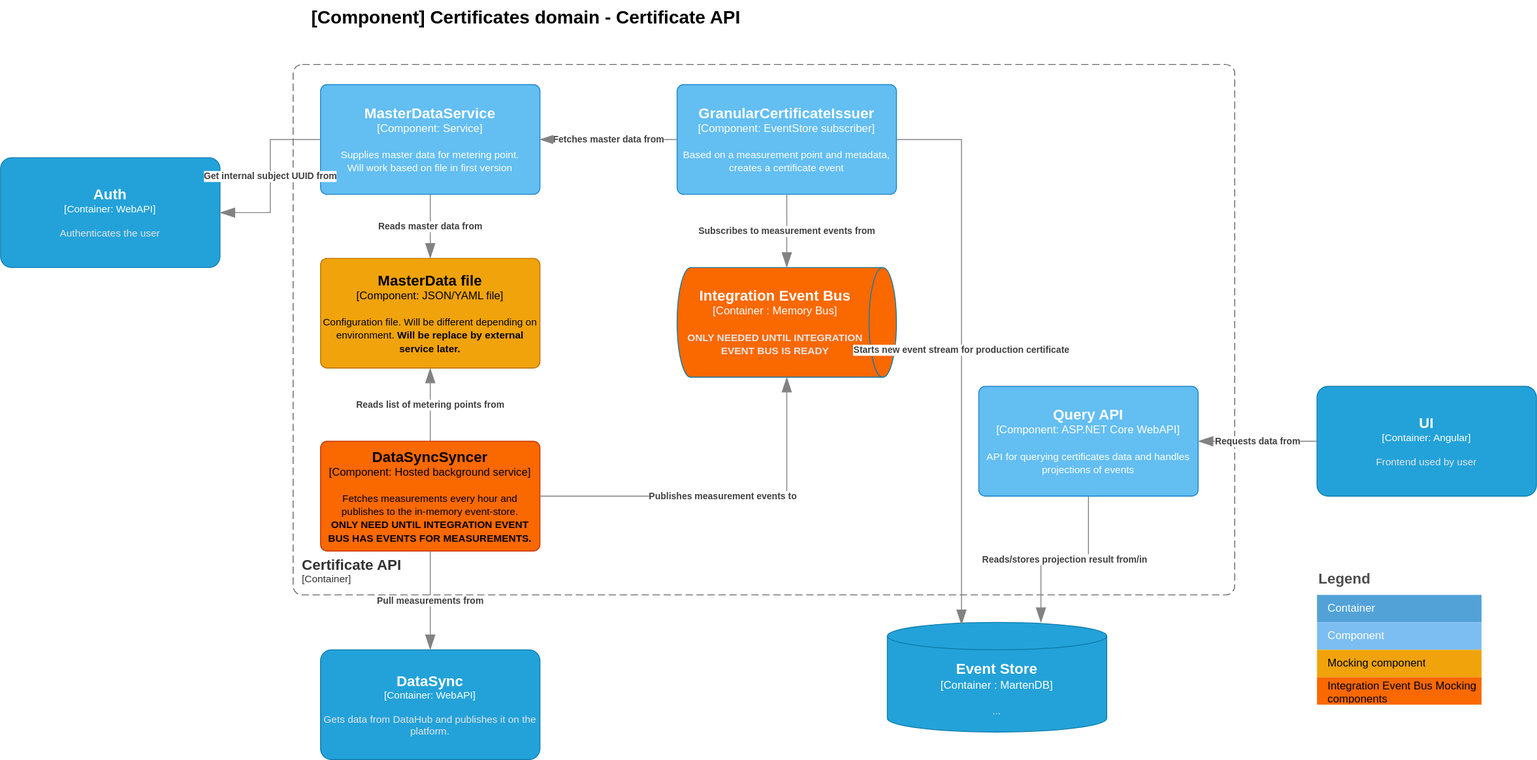
Above: doc/architecture/diagrams/certificates.current.component.certificate.api.drawio.svg in Energinet-DataHub/energy-origin (draw.io), before the change. Source tidied: cells renumbered, new cells last; positions are measured from the earlier drawing's top-left corner, leaving out a move shared by most shapes.
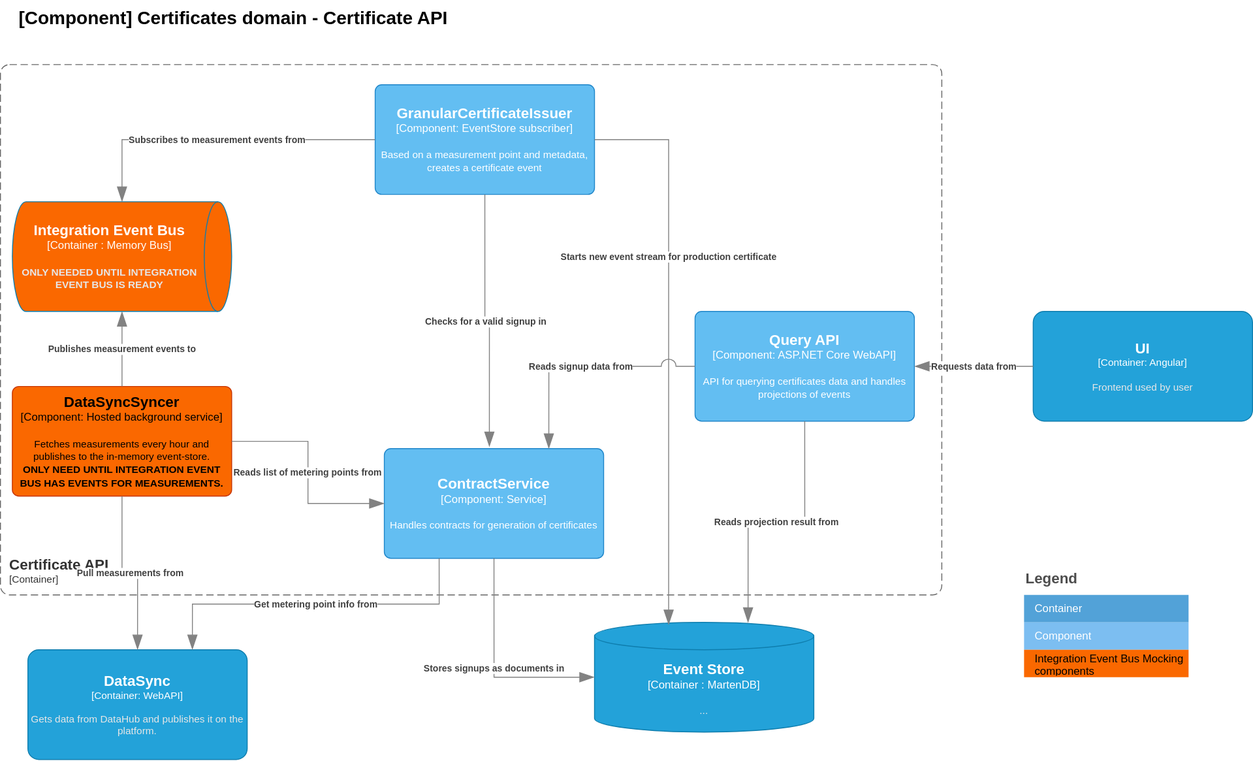
The same file after the commit.

Change to the diagram source:
```diff
@@ -11,3 +11,3 @@
       <mxCell style="rounded=1;whiteSpace=wrap;html=1;labelBackgroundColor=none;fillColor=#fa6800;align=center;arcSize=6;strokeColor=#C73500;points=[[0.25,0,0],[0.5,0,0],[0.75,0,0],[1,0.25,0],[1,0.5,0],[1,0.75,0],[0.75,1,0],[0.5,1,0],[0.25,1,0],[0,0.75,0],[0,0.5,0],[0,0.25,0]];fontColor=#000000;" parent="1" vertex="1">
-        <mxGeometry x="350" y="482" width="240" height="120" as="geometry" />
+        <mxGeometry x="333" y="422" width="240" height="120" as="geometry" />
       </mxCell>
@@ -16,3 +16,3 @@
       <mxCell style="rounded=1;whiteSpace=wrap;html=1;labelBackgroundColor=none;fillColor=#63BEF2;fontColor=#ffffff;align=center;arcSize=6;strokeColor=#2086C9;points=[[0.25,0,0],[0.5,0,0],[0.75,0,0],[1,0.25,0],[1,0.5,0],[1,0.75,0],[0.75,1,0],[0.5,1,0],[0.25,1,0],[0,0.75,0],[0,0.5,0],[0,0.25,0]];" parent="1" vertex="1">
-        <mxGeometry x="740" y="92" width="240" height="120" as="geometry" />
+        <mxGeometry x="730" y="92" width="240" height="120" as="geometry" />
       </mxCell>
@@ -24,19 +24,9 @@
     </object>
-    <mxCell id="6" style="edgeStyle=none;html=1;" parent="1" edge="1" source="7">
-      <mxGeometry relative="1" as="geometry">
-        <mxPoint x="350" y="152" as="targetPoint" />
-      </mxGeometry>
-    </mxCell>
-    <object id="7" label="&lt;font style=&quot;font-size: 16px&quot;&gt;&lt;b&gt;%c4Name%&lt;/b&gt;&lt;/font&gt;&lt;div&gt;[%c4Type%: %c4Technology%]&lt;/div&gt;&lt;br&gt;&lt;div&gt;&lt;font style=&quot;font-size: 11px&quot;&gt;%c4Description%&lt;/font&gt;&lt;/div&gt;" c4Description="Supplies master data for metering point.&#10;Will work based on file in first version" c4Name="MasterDataService" c4Technology="Service" c4Type="Component" placeholders="1">
+    <object id="7" label="&lt;font style=&quot;font-size: 16px&quot;&gt;&lt;b&gt;%c4Name%&lt;/b&gt;&lt;/font&gt;&lt;div&gt;[%c4Type%: %c4Technology%]&lt;/div&gt;&lt;br&gt;&lt;div&gt;&lt;font style=&quot;font-size: 11px&quot;&gt;%c4Description%&lt;/font&gt;&lt;/div&gt;" c4Description="Handles contracts for generation of certificates" c4Name="ContractService" c4Technology="Service" c4Type="Component" placeholders="1">
       <mxCell style="rounded=1;whiteSpace=wrap;html=1;labelBackgroundColor=none;fillColor=#63BEF2;align=center;arcSize=6;strokeColor=#2086C9;points=[[0.25,0,0],[0.5,0,0],[0.75,0,0],[1,0.25,0],[1,0.5,0],[1,0.75,0],[0.75,1,0],[0.5,1,0],[0.25,1,0],[0,0.75,0],[0,0.5,0],[0,0.25,0]];fontColor=#ffffff;" parent="1" vertex="1">
-        <mxGeometry x="350" y="92" width="240" height="120" as="geometry" />
+        <mxGeometry x="740" y="490" width="240" height="120" as="geometry" />
       </mxCell>
     </object>
-    <object id="8" label="&lt;font style=&quot;font-size: 16px&quot;&gt;&lt;b&gt;%c4Name%&lt;/b&gt;&lt;/font&gt;&lt;div&gt;[%c4Type%: %c4Technology%]&lt;/div&gt;&lt;br&gt;&lt;div&gt;&lt;font style=&quot;font-size: 11px&quot;&gt;%c4Description%&lt;/font&gt;&lt;/div&gt;" c4Description="Configuration file. Will be different depending on environment. &lt;b&gt;Will be replace by external service later.&lt;/b&gt;" c4Name="MasterData file" c4Technology="JSON/YAML file" c4Type="Component" placeholders="1">
-      <mxCell style="rounded=1;whiteSpace=wrap;html=1;labelBackgroundColor=none;fillColor=#f0a30a;align=center;arcSize=6;strokeColor=#BD7000;points=[[0.25,0,0],[0.5,0,0],[0.75,0,0],[1,0.25,0],[1,0.5,0],[1,0.75,0],[0.75,1,0],[0.5,1,0],[0.25,1,0],[0,0.75,0],[0,0.5,0],[0,0.25,0]];fontColor=#000000;" parent="1" vertex="1">
-        <mxGeometry x="350" y="282" width="240" height="120" as="geometry" />
-      </mxCell>
-    </object>
     <object id="9" label="&lt;div style=&quot;text-align: left&quot;&gt;&lt;div style=&quot;text-align: center&quot;&gt;&lt;b&gt;%c4Description%&lt;/b&gt;&lt;/div&gt;" c4Description="Reads list of metering points from" c4Type="Relationship" placeholders="1">
-      <mxCell style="endArrow=blockThin;html=1;fontSize=10;fontColor=#404040;strokeWidth=1;endFill=1;strokeColor=#828282;elbow=vertical;endSize=14;startSize=14;jumpStyle=arc;jumpSize=16;rounded=0;edgeStyle=orthogonalEdgeStyle;exitX=0.5;exitY=0;exitDx=0;exitDy=0;exitPerimeter=0;entryX=0.5;entryY=1;entryDx=0;entryDy=0;entryPerimeter=0;" parent="1" edge="1" source="3" target="8">
+      <mxCell style="endArrow=blockThin;html=1;fontSize=10;fontColor=#404040;strokeWidth=1;endFill=1;strokeColor=#828282;elbow=vertical;endSize=14;startSize=14;jumpStyle=arc;jumpSize=16;rounded=0;edgeStyle=orthogonalEdgeStyle;exitX=1;exitY=0.5;exitDx=0;exitDy=0;exitPerimeter=0;entryX=0;entryY=0.5;entryDx=0;entryDy=0;entryPerimeter=0;" parent="1" edge="1" source="3" target="7">
         <mxGeometry relative="1" as="geometry" />
@@ -44,12 +34,8 @@
     </object>
-    <object id="10" label="&lt;div style=&quot;text-align: left&quot;&gt;&lt;div style=&quot;text-align: center&quot;&gt;&lt;b&gt;%c4Description%&lt;/b&gt;&lt;/div&gt;" c4Description="Reads master data from" c4Type="Relationship" placeholders="1">
-      <mxCell style="endArrow=blockThin;html=1;fontSize=10;fontColor=#404040;strokeWidth=1;endFill=1;strokeColor=#828282;elbow=vertical;endSize=14;startSize=14;jumpStyle=arc;jumpSize=16;rounded=0;edgeStyle=orthogonalEdgeStyle;exitX=0.5;exitY=1;exitDx=0;exitDy=0;exitPerimeter=0;entryX=0.5;entryY=0;entryDx=0;entryDy=0;entryPerimeter=0;" parent="1" edge="1" source="7" target="8">
-        <mxGeometry relative="1" as="geometry" />
-      </mxCell>
-    </object>
     <object id="11" label="&lt;div style=&quot;text-align: left&quot;&gt;&lt;div style=&quot;text-align: center&quot;&gt;&lt;b&gt;%c4Description%&lt;/b&gt;&lt;/div&gt;" c4Description="Publishes measurement events to" c4Type="Relationship" placeholders="1">
-      <mxCell style="endArrow=blockThin;html=1;fontSize=10;fontColor=#404040;strokeWidth=1;endFill=1;strokeColor=#828282;elbow=vertical;endSize=14;startSize=14;jumpStyle=arc;jumpSize=16;rounded=0;edgeStyle=orthogonalEdgeStyle;exitX=1;exitY=0.5;exitDx=0;exitDy=0;exitPerimeter=0;entryX=1;entryY=0.5;entryDx=0;entryDy=0;entryPerimeter=0;" parent="1" edge="1" source="3" target="27">
+      <mxCell style="endArrow=blockThin;html=1;fontSize=10;fontColor=#404040;strokeWidth=1;endFill=1;strokeColor=#828282;elbow=vertical;endSize=14;startSize=14;jumpStyle=arc;jumpSize=16;rounded=0;edgeStyle=orthogonalEdgeStyle;exitX=0.5;exitY=0;exitDx=0;exitDy=0;exitPerimeter=0;" parent="1" edge="1" source="3" target="27">
         <mxGeometry relative="1" as="geometry">
           <Array as="points">
-            <mxPoint x="860" y="542" />
+            <mxPoint x="470" y="260" />
+            <mxPoint x="481" y="260" />
           </Array>
@@ -58,4 +44,4 @@
     </object>
-    <object id="12" label="&lt;div style=&quot;text-align: left&quot;&gt;&lt;div style=&quot;text-align: center&quot;&gt;&lt;b&gt;%c4Description%&lt;/b&gt;&lt;/div&gt;" c4Description="Fetches master data from" c4Type="Relationship" placeholders="1">
-      <mxCell style="endArrow=blockThin;html=1;fontSize=10;fontColor=#404040;strokeWidth=1;endFill=1;strokeColor=#828282;elbow=vertical;endSize=14;startSize=14;jumpStyle=arc;jumpSize=16;rounded=0;edgeStyle=orthogonalEdgeStyle;exitX=0;exitY=0.5;exitDx=0;exitDy=0;exitPerimeter=0;entryX=1;entryY=0.5;entryDx=0;entryDy=0;entryPerimeter=0;" parent="1" edge="1" source="4" target="7">
+    <object id="12" label="&lt;div style=&quot;text-align: left&quot;&gt;&lt;div style=&quot;text-align: center&quot;&gt;&lt;b&gt;%c4Description%&lt;/b&gt;&lt;/div&gt;" c4Description="Checks for a valid signup in" c4Type="Relationship" placeholders="1">
+      <mxCell style="endArrow=blockThin;html=1;fontSize=10;fontColor=#404040;strokeWidth=1;endFill=1;strokeColor=#828282;elbow=vertical;endSize=14;startSize=14;jumpStyle=arc;jumpSize=16;rounded=0;edgeStyle=orthogonalEdgeStyle;exitX=0.5;exitY=1;exitDx=0;exitDy=0;exitPerimeter=0;entryX=0.479;entryY=-0.017;entryDx=0;entryDy=0;entryPerimeter=0;" parent="1" edge="1" source="4" target="7">
         <mxGeometry relative="1" as="geometry" />
@@ -64,3 +50,3 @@
     <object id="13" label="&lt;div style=&quot;text-align: left&quot;&gt;&lt;div style=&quot;text-align: center&quot;&gt;&lt;b&gt;%c4Description%&lt;/b&gt;&lt;/div&gt;" c4Description="Subscribes to measurement events from" c4Type="Relationship" placeholders="1">
-      <mxCell style="endArrow=blockThin;html=1;fontSize=10;fontColor=#404040;strokeWidth=1;endFill=1;strokeColor=#828282;elbow=vertical;endSize=14;startSize=14;jumpStyle=arc;jumpSize=16;rounded=0;edgeStyle=orthogonalEdgeStyle;exitX=0.5;exitY=1;exitDx=0;exitDy=0;exitPerimeter=0;entryX=0;entryY=0.5;entryDx=0;entryDy=0;entryPerimeter=0;" parent="1" edge="1" source="4" target="27">
+      <mxCell style="endArrow=blockThin;html=1;fontSize=10;fontColor=#404040;strokeWidth=1;endFill=1;strokeColor=#828282;elbow=vertical;endSize=14;startSize=14;jumpStyle=arc;jumpSize=16;rounded=0;edgeStyle=orthogonalEdgeStyle;exitX=0;exitY=0.5;exitDx=0;exitDy=0;exitPerimeter=0;" parent="1" edge="1" source="4" target="27">
         <mxGeometry relative="1" as="geometry" />
@@ -87,3 +73,3 @@
     <mxCell id="18" style="shape=table;html=1;whiteSpace=wrap;startSize=0;fillColor=none;align=left;spacingLeft=10;strokeColor=none;rounded=1;arcSize=11;fontColor=#FFFFFF;" parent="1" vertex="1">
-      <mxGeometry x="1440" y="650" width="180" height="120" as="geometry" />
+      <mxGeometry x="1440" y="650" width="180" height="90" as="geometry" />
     </mxCell>
@@ -95,7 +81,4 @@
     </mxCell>
-    <mxCell id="21" value="&lt;span style=&quot;color: rgb(0 , 0 , 0)&quot;&gt;Mocking component&amp;nbsp;&lt;/span&gt;" style="shape=partialRectangle;html=1;whiteSpace=wrap;fillColor=#f0a30a;top=0;left=0;bottom=0;right=0;overflow=hidden;align=left;spacingLeft=10;fontColor=#000000;strokeColor=#BD7000;" parent="18" vertex="1">
-      <mxGeometry y="60" width="180" height="30" as="geometry" />
-    </mxCell>
     <mxCell id="22" value="&lt;span style=&quot;color: rgb(0 , 0 , 0)&quot;&gt;Integration Event Bus Mocking components&lt;/span&gt;" style="shape=partialRectangle;html=1;whiteSpace=wrap;fillColor=#fa6800;top=0;left=0;bottom=0;right=0;overflow=hidden;align=left;spacingLeft=10;fontColor=#000000;strokeColor=#C73500;" parent="18" vertex="1">
-      <mxGeometry y="90" width="180" height="30" as="geometry" />
+      <mxGeometry y="60" width="180" height="30" as="geometry" />
     </mxCell>
@@ -103,6 +86,6 @@
       <mxCell style="rounded=1;whiteSpace=wrap;html=1;labelBackgroundColor=none;fillColor=#63BEF2;fontColor=#ffffff;align=center;arcSize=6;strokeColor=#2086C9;points=[[0.25,0,0],[0.5,0,0],[0.75,0,0],[1,0.25,0],[1,0.5,0],[1,0.75,0],[0.75,1,0],[0.5,1,0],[0.25,1,0],[0,0.75,0],[0,0.5,0],[0,0.25,0]];" parent="1" vertex="1">
-        <mxGeometry x="1070" y="422" width="240" height="120" as="geometry" />
+        <mxGeometry x="1080" y="340" width="240" height="120" as="geometry" />
       </mxCell>
     </object>
-    <object id="24" label="&lt;div style=&quot;text-align: left&quot;&gt;&lt;div style=&quot;text-align: center&quot;&gt;&lt;b&gt;%c4Description%&lt;/b&gt;&lt;/div&gt;" c4Description="Reads/stores projection result from/in" c4Type="Relationship" placeholders="1">
+    <object id="24" label="&lt;div style=&quot;text-align: left&quot;&gt;&lt;div style=&quot;text-align: center&quot;&gt;&lt;b&gt;%c4Description%&lt;/b&gt;&lt;/div&gt;" c4Description="Reads projection result from" c4Type="Relationship" placeholders="1">
       <mxCell style="endArrow=blockThin;html=1;fontSize=10;fontColor=#404040;strokeWidth=1;endFill=1;strokeColor=#828282;elbow=vertical;endSize=14;startSize=14;jumpStyle=arc;jumpSize=16;rounded=0;edgeStyle=orthogonalEdgeStyle;exitX=0.5;exitY=1;exitDx=0;exitDy=0;exitPerimeter=0;entryX=0.7;entryY=0.002;entryDx=0;entryDy=0;entryPerimeter=0;" parent="1" edge="1" source="23" target="5">
@@ -113,3 +96,3 @@
       <mxCell style="rounded=1;whiteSpace=wrap;html=1;fontSize=11;labelBackgroundColor=none;fillColor=#23A2D9;fontColor=#ffffff;align=center;arcSize=10;strokeColor=#0E7DAD;points=[[0.25,0,0],[0.5,0,0],[0.75,0,0],[1,0.25,0],[1,0.5,0],[1,0.75,0],[0.75,1,0],[0.5,1,0],[0.25,1,0],[0,0.75,0],[0,0.5,0],[0,0.25,0]];" parent="1" vertex="1">
-        <mxGeometry x="1440" y="422" width="240" height="120" as="geometry" />
+        <mxGeometry x="1450" y="340" width="240" height="120" as="geometry" />
       </mxCell>
@@ -123,3 +106,3 @@
       <mxCell style="shape=cylinder3;size=15;direction=south;whiteSpace=wrap;html=1;boundedLbl=1;rounded=0;labelBackgroundColor=none;fillColor=#FA6800;fontSize=12;fontColor=#ffffff;align=center;strokeColor=#0E7DAD;points=[[0.5,0,0],[1,0.25,0],[1,0.5,0],[1,0.75,0],[0.5,1,0],[0,0.75,0],[0,0.5,0],[0,0.25,0]];" parent="1" vertex="1">
-        <mxGeometry x="740" y="292" width="240" height="120" as="geometry" />
+        <mxGeometry x="333" y="220" width="240" height="120" as="geometry" />
       </mxCell>
@@ -128,15 +111,20 @@
       <mxCell style="endArrow=blockThin;html=1;fontSize=10;fontColor=#404040;strokeWidth=1;endFill=1;strokeColor=#828282;elbow=vertical;endSize=14;startSize=14;jumpStyle=arc;jumpSize=16;rounded=0;edgeStyle=orthogonalEdgeStyle;exitX=1;exitY=0.5;exitDx=0;exitDy=0;exitPerimeter=0;entryX=0.338;entryY=0.022;entryDx=0;entryDy=0;entryPerimeter=0;" parent="1" edge="1" source="4" target="5">
-        <mxGeometry relative="1" as="geometry" />
+        <mxGeometry x="-0.32" relative="1" as="geometry" />
       </mxCell>
     </object>
-    <object id="29" label="&lt;font style=&quot;font-size: 16px&quot;&gt;&lt;b&gt;%c4Name%&lt;/b&gt;&lt;/font&gt;&lt;div&gt;[%c4Type%: %c4Technology%]&lt;/div&gt;&lt;br&gt;&lt;div&gt;&lt;font style=&quot;font-size: 11px&quot;&gt;&lt;font color=&quot;#E6E6E6&quot;&gt;%c4Description%&lt;/font&gt;&lt;/div&gt;" c4Description="Authenticates the user" c4Name="Auth" c4Technology="WebAPI" c4Type="Container" placeholders="1">
-      <mxCell style="rounded=1;whiteSpace=wrap;html=1;fontSize=11;labelBackgroundColor=none;fillColor=#23A2D9;fontColor=#ffffff;align=center;arcSize=10;strokeColor=#0E7DAD;points=[[0.25,0,0],[0.5,0,0],[0.75,0,0],[1,0.25,0],[1,0.5,0],[1,0.75,0],[0.75,1,0],[0.5,1,0],[0.25,1,0],[0,0.75,0],[0,0.5,0],[0,0.25,0]];" parent="1" vertex="1">
-        <mxGeometry y="172" width="240" height="120" as="geometry" />
-      </mxCell>
-    </object>
-    <object id="30" label="&lt;div style=&quot;text-align: left&quot;&gt;&lt;div style=&quot;text-align: center&quot;&gt;&lt;b&gt;%c4Description%&lt;/b&gt;&lt;/div&gt;" c4Description="Get internal subject UUID from" c4Type="Relationship" placeholders="1">
-      <mxCell style="endArrow=blockThin;html=1;fontSize=10;fontColor=#404040;strokeWidth=1;endFill=1;strokeColor=#828282;elbow=vertical;endSize=14;startSize=14;jumpStyle=arc;jumpSize=16;rounded=0;edgeStyle=orthogonalEdgeStyle;entryX=1;entryY=0.5;entryDx=0;entryDy=0;entryPerimeter=0;exitX=0;exitY=0.5;exitDx=0;exitDy=0;exitPerimeter=0;" parent="1" edge="1" source="7" target="29">
-        <mxGeometry relative="1" as="geometry" />
-      </mxCell>
-    </object>
+    <object id="31" label="&lt;div style=&quot;text-align: left&quot;&gt;&lt;div style=&quot;text-align: center&quot;&gt;&lt;b&gt;%c4Description%&lt;/b&gt;&lt;/div&gt;" c4Description="Stores signups as documents in" c4Type="Relationship" placeholders="1">
+      <mxCell style="endArrow=blockThin;html=1;fontSize=10;fontColor=#404040;strokeWidth=1;endFill=1;strokeColor=#828282;elbow=vertical;endSize=14;startSize=14;jumpStyle=arc;jumpSize=16;rounded=0;edgeStyle=orthogonalEdgeStyle;exitX=0.5;exitY=1;exitDx=0;exitDy=0;exitPerimeter=0;entryX=0;entryY=0.5;entryDx=0;entryDy=0;entryPerimeter=0;" parent="1" edge="1" source="7" target="5">
+        <mxGeometry relative="1" as="geometry" />
+      </mxCell>
+    </object>
+    <object id="32" label="&lt;div style=&quot;text-align: left&quot;&gt;&lt;div style=&quot;text-align: center&quot;&gt;&lt;b&gt;%c4Description%&lt;/b&gt;&lt;/div&gt;" c4Description="Reads signup data from" c4Type="Relationship" placeholders="1">
+      <mxCell style="endArrow=blockThin;html=1;fontSize=10;fontColor=#404040;strokeWidth=1;endFill=1;strokeColor=#828282;elbow=vertical;endSize=14;startSize=14;jumpStyle=arc;jumpSize=16;rounded=0;edgeStyle=orthogonalEdgeStyle;exitX=0;exitY=0.5;exitDx=0;exitDy=0;exitPerimeter=0;entryX=0.75;entryY=0;entryDx=0;entryDy=0;entryPerimeter=0;" parent="1" edge="1" source="23" target="7">
+        <mxGeometry relative="1" as="geometry" />
+      </mxCell>
+    </object>
+    <object id="33" label="&lt;div style=&quot;text-align: left&quot;&gt;&lt;div style=&quot;text-align: center&quot;&gt;&lt;b&gt;%c4Description%&lt;/b&gt;&lt;/div&gt;" c4Description="Get metering point info from" c4Type="Relationship" placeholders="1">
+      <mxCell style="endArrow=blockThin;html=1;fontSize=10;fontColor=#404040;strokeWidth=1;endFill=1;strokeColor=#828282;elbow=vertical;endSize=14;startSize=14;jumpStyle=arc;jumpSize=16;rounded=0;edgeStyle=orthogonalEdgeStyle;exitX=0.25;exitY=1;exitDx=0;exitDy=0;exitPerimeter=0;entryX=0.75;entryY=0;entryDx=0;entryDy=0;entryPerimeter=0;" parent="1" edge="1" source="7" target="15">
+        <mxGeometry relative="1" as="geometry" />
+      </mxCell>
+    </object>
   </root>
```
